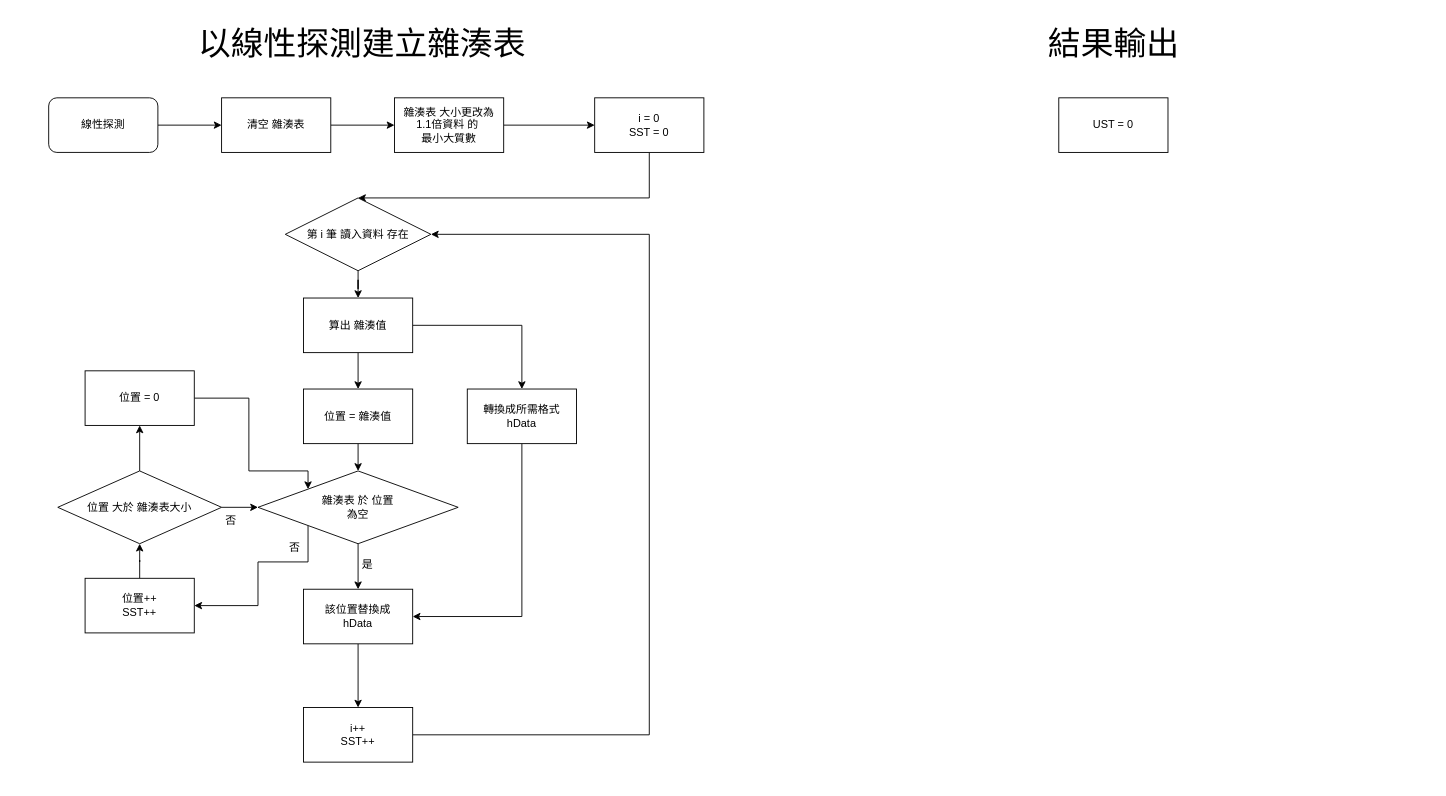
The draw.io diagram Ds2ex03.drawio in PingKP/DataStructure, before the edit. Source tidied: cells renumbered, new cells numbered last; positions are measured from the earlier drawing's top-left corner, leaving out a move shared by most shapes. Both pictures are drawn from the tidied source at 91%, with x=0, y=0 at pixel (48, 15).
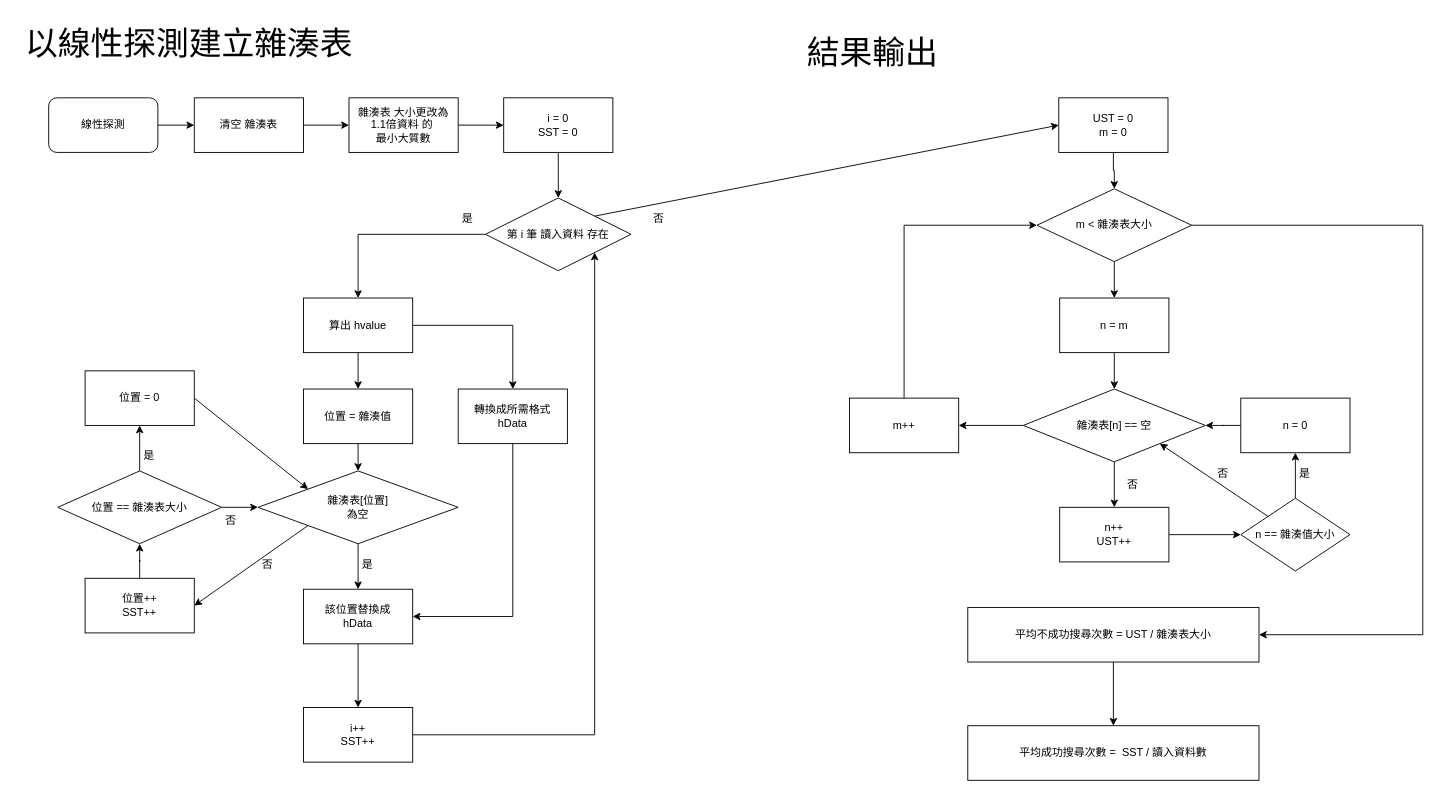
After the change.

The change refers to these unchanged cells:
```xml
<mxCell id="23" value="i++&lt;div&gt;SST++&lt;/div&gt;" style="rounded=0;whiteSpace=wrap;html=1;" parent="1" vertex="1">
  <mxGeometry x="280" y="760" width="120" height="60" as="geometry" />
</mxCell>
<mxCell id="26" value="&lt;div&gt;位置++&lt;/div&gt;&lt;div&gt;SST++&lt;/div&gt;" style="rounded=0;whiteSpace=wrap;html=1;" parent="1" vertex="1">
  <mxGeometry x="40" y="618" width="120" height="60" as="geometry" />
</mxCell>
<mxCell id="35" value="位置 = 0" style="whiteSpace=wrap;html=1;" parent="1" vertex="1">
  <mxGeometry x="40" y="390" width="120" height="60" as="geometry" />
</mxCell>
```

The edit, as a diff of the source:
```diff
@@
     <mxCell id="5" value="清空 雜湊表" style="rounded=0;whiteSpace=wrap;html=1;" parent="1" vertex="1">
-      <mxGeometry x="190" y="90" width="120" height="60" as="geometry" />
+      <mxGeometry x="160" y="90" width="120" height="60" as="geometry" />
     </mxCell>
@@
     <mxCell id="7" value="雜湊表 大小更改為&lt;div&gt;1.1倍資料 的&amp;nbsp;&lt;/div&gt;&lt;div&gt;最小大質數&lt;/div&gt;" style="rounded=0;whiteSpace=wrap;html=1;" parent="1" vertex="1">
-      <mxGeometry x="380" y="90" width="120" height="60" as="geometry" />
+      <mxGeometry x="330" y="90" width="120" height="60" as="geometry" />
     </mxCell>
-    <mxCell id="8" style="edgeStyle=orthogonalEdgeStyle;rounded=0;jettySize=auto;html=1;" parent="1" edge="1" source="9" target="11">
-      <mxGeometry relative="1" as="geometry">
-        <Array as="points">
-          <mxPoint x="660" y="200" />
-        </Array>
-      </mxGeometry>
-    </mxCell>
     <mxCell id="9" value="i = 0&lt;div&gt;SST = 0&lt;/div&gt;" style="rounded=0;whiteSpace=wrap;html=1;" parent="1" vertex="1">
-      <mxGeometry x="600" y="90" width="120" height="60" as="geometry" />
+      <mxGeometry x="500" y="90" width="120" height="60" as="geometry" />
     </mxCell>
@@
     <mxCell id="11" value="第 i 筆 讀入資料 存在" style="rhombus;whiteSpace=wrap;html=1;" parent="1" vertex="1">
-      <mxGeometry x="260" y="200" width="160" height="80" as="geometry" />
+      <mxGeometry x="480" y="200" width="160" height="80" as="geometry" />
     </mxCell>
@@
     <mxCell id="13" value="轉換成所需格式&lt;div&gt;hData&lt;/div&gt;" style="whiteSpace=wrap;html=1;" parent="1" vertex="1">
-      <mxGeometry x="460" y="410" width="120" height="60" as="geometry" />
+      <mxGeometry x="450" y="410" width="120" height="60" as="geometry" />
     </mxCell>
@@
-    <mxCell id="16" value="算出 雜湊值" style="whiteSpace=wrap;html=1;" parent="1" vertex="1">
+    <mxCell id="16" value="算出 hvalue" style="whiteSpace=wrap;html=1;" parent="1" vertex="1">
       <mxGeometry x="280" y="310" width="120" height="60" as="geometry" />
     </mxCell>
@@
-    <mxCell id="18" style="edgeStyle=orthogonalEdgeStyle;rounded=0;jettySize=auto;html=1;entryX=1;entryY=0.5;entryDx=0;entryDy=0;exitX=0;exitY=1;exitDx=0;exitDy=0;" parent="1" edge="1" source="19" target="26">
-      <mxGeometry relative="1" as="geometry">
-        <Array as="points">
-          <mxPoint x="285" y="600" />
-          <mxPoint x="230" y="600" />
-          <mxPoint x="230" y="648" />
-        </Array>
-      </mxGeometry>
-    </mxCell>
-    <mxCell id="19" value="雜湊表 於 位置&lt;div&gt;為空&lt;/div&gt;" style="rhombus;whiteSpace=wrap;html=1;" parent="1" vertex="1">
+    <mxCell id="19" value="雜湊表[位置]&lt;div&gt;為空&lt;/div&gt;" style="rhombus;whiteSpace=wrap;html=1;" parent="1" vertex="1">
       <mxGeometry x="230" y="500" width="220" height="80" as="geometry" />
     </mxCell>
@@
-    <mxCell id="22" style="edgeStyle=orthogonalEdgeStyle;rounded=0;jettySize=auto;html=1;exitX=1;exitY=0.5;exitDx=0;exitDy=0;entryX=1;entryY=0.5;entryDx=0;entryDy=0;" parent="1" edge="1" source="23" target="11">
+    <mxCell id="22" style="edgeStyle=orthogonalEdgeStyle;rounded=0;jettySize=auto;html=1;exitX=1;exitY=0.5;exitDx=0;exitDy=0;entryX=1;entryY=1;entryDx=0;entryDy=0;" parent="1" edge="1" source="23" target="11">
       <mxGeometry relative="1" as="geometry">
         <Array as="points">
-          <mxPoint x="660" y="790" />
-          <mxPoint x="660" y="240" />
+          <mxPoint x="600" y="790" />
         </Array>
       </mxGeometry>
     </mxCell>
@@
     <mxCell id="29" value="否" style="text;html=1;align=center;verticalAlign=middle;strokeColor=none;fillColor=none;" parent="1" vertex="1">
-      <mxGeometry x="250" y="570" width="40" height="30" as="geometry" />
+      <mxGeometry x="220" y="588" width="40" height="30" as="geometry" />
     </mxCell>
@@
-    <mxCell id="32" value="位置 大於 雜湊表大小" style="rhombus;whiteSpace=wrap;html=1;" parent="1" vertex="1">
+    <mxCell id="32" value="位置 == 雜湊表大小" style="rhombus;whiteSpace=wrap;html=1;" parent="1" vertex="1">
       <mxGeometry x="10" y="500" width="180" height="80" as="geometry" />
     </mxCell>
@@
-    <mxCell id="34" style="edgeStyle=orthogonalEdgeStyle;rounded=0;jettySize=auto;html=1;exitX=1;exitY=0.5;exitDx=0;exitDy=0;entryX=0;entryY=0;entryDx=0;entryDy=0;" parent="1" edge="1" source="35" target="19">
-      <mxGeometry relative="1" as="geometry">
-        <Array as="points">
-          <mxPoint x="220" y="420" />
-          <mxPoint x="220" y="500" />
-          <mxPoint x="285" y="500" />
-        </Array>
-      </mxGeometry>
-    </mxCell>
@@
     <mxCell id="36" value="&lt;font style=&quot;font-size: 36px;&quot;&gt;以線性探測建立雜湊表&lt;/font&gt;" style="text;html=1;align=center;verticalAlign=middle;strokeColor=none;fillColor=none;" parent="1" vertex="1">
-      <mxGeometry x="154" width="380" height="60" as="geometry" />
+      <mxGeometry x="-36" width="380" height="60" as="geometry" />
     </mxCell>
     <mxCell id="37" value="&lt;font style=&quot;font-size: 36px;&quot;&gt;結果輸出&lt;/font&gt;" style="text;html=1;align=center;verticalAlign=middle;strokeColor=none;fillColor=none;" parent="1" vertex="1">
-      <mxGeometry x="1085" width="170" height="60" as="geometry" />
+      <mxGeometry x="820" y="10" width="170" height="60" as="geometry" />
     </mxCell>
+    <mxCell id="39" style="edgeStyle=orthogonalEdgeStyle;rounded=0;jettySize=auto;html=1;" parent="1" edge="1" source="38" target="42">
+      <mxGeometry relative="1" as="geometry" />
+    </mxCell>
-    <mxCell id="38" value="UST = 0" style="rounded=0;whiteSpace=wrap;html=1;" parent="1" vertex="1">
+    <mxCell id="38" value="UST = 0&lt;div&gt;m = 0&lt;/div&gt;" style="rounded=0;whiteSpace=wrap;html=1;" parent="1" vertex="1">
       <mxGeometry x="1110" y="90" width="120" height="60" as="geometry" />
     </mxCell>
+    <mxCell id="40" style="edgeStyle=orthogonalEdgeStyle;rounded=0;jettySize=auto;html=1;" parent="1" edge="1" source="42" target="45">
+      <mxGeometry relative="1" as="geometry" />
+    </mxCell>
+    <mxCell id="41" style="edgeStyle=orthogonalEdgeStyle;rounded=0;jettySize=auto;html=1;exitX=1;exitY=0.5;exitDx=0;exitDy=0;entryX=1;entryY=0.5;entryDx=0;entryDy=0;" parent="1" edge="1" source="42" target="62">
+      <mxGeometry relative="1" as="geometry">
+        <Array as="points">
+          <mxPoint x="1510" y="230" />
+          <mxPoint x="1510" y="680" />
+        </Array>
+      </mxGeometry>
+    </mxCell>
+    <mxCell id="42" value="m &amp;lt; 雜湊表大小" style="rhombus;whiteSpace=wrap;html=1;" parent="1" vertex="1">
+      <mxGeometry x="1086" y="190" width="170" height="80" as="geometry" />
+    </mxCell>
+    <mxCell id="43" value="是" style="text;html=1;align=center;verticalAlign=middle;strokeColor=none;fillColor=none;" parent="1" vertex="1">
+      <mxGeometry x="90" y="468" width="40" height="30" as="geometry" />
+    </mxCell>
+    <mxCell id="44" style="edgeStyle=orthogonalEdgeStyle;rounded=0;jettySize=auto;html=1;" parent="1" edge="1" source="45" target="48">
+      <mxGeometry relative="1" as="geometry" />
+    </mxCell>
+    <mxCell id="45" value="n = m" style="whiteSpace=wrap;html=1;" parent="1" vertex="1">
+      <mxGeometry x="1111" y="310" width="120" height="60" as="geometry" />
+    </mxCell>
+    <mxCell id="46" style="edgeStyle=orthogonalEdgeStyle;rounded=0;jettySize=auto;html=1;" parent="1" edge="1" source="48" target="50">
+      <mxGeometry relative="1" as="geometry" />
+    </mxCell>
+    <mxCell id="47" style="edgeStyle=orthogonalEdgeStyle;rounded=0;jettySize=auto;html=1;" parent="1" edge="1" source="48" target="53">
+      <mxGeometry relative="1" as="geometry" />
+    </mxCell>
+    <mxCell id="48" value="雜湊表[n] == 空" style="rhombus;whiteSpace=wrap;html=1;" parent="1" vertex="1">
+      <mxGeometry x="1071" y="410" width="200" height="80" as="geometry" />
+    </mxCell>
+    <mxCell id="49" style="edgeStyle=orthogonalEdgeStyle;rounded=0;jettySize=auto;html=1;" parent="1" edge="1" source="50" target="55">
+      <mxGeometry relative="1" as="geometry" />
+    </mxCell>
+    <mxCell id="50" value="n++&lt;div&gt;UST++&lt;/div&gt;" style="whiteSpace=wrap;html=1;" parent="1" vertex="1">
+      <mxGeometry x="1111" y="540" width="120" height="60" as="geometry" />
+    </mxCell>
+    <mxCell id="51" value="否" style="text;html=1;align=center;verticalAlign=middle;strokeColor=none;fillColor=none;" parent="1" vertex="1">
+      <mxGeometry x="1171" y="500" width="40" height="30" as="geometry" />
+    </mxCell>
+    <mxCell id="52" style="edgeStyle=orthogonalEdgeStyle;rounded=0;jettySize=auto;html=1;exitX=0.5;exitY=0;exitDx=0;exitDy=0;entryX=0;entryY=0.5;entryDx=0;entryDy=0;" parent="1" edge="1" source="53" target="42">
+      <mxGeometry relative="1" as="geometry" />
+    </mxCell>
+    <mxCell id="53" value="m++" style="whiteSpace=wrap;html=1;" parent="1" vertex="1">
+      <mxGeometry x="880" y="420" width="120" height="60" as="geometry" />
+    </mxCell>
+    <mxCell id="54" style="edgeStyle=orthogonalEdgeStyle;rounded=0;jettySize=auto;html=1;" parent="1" edge="1" source="55" target="57">
+      <mxGeometry relative="1" as="geometry" />
+    </mxCell>
+    <mxCell id="55" value="n == 雜湊值大小" style="rhombus;whiteSpace=wrap;html=1;" parent="1" vertex="1">
+      <mxGeometry x="1310" y="530" width="120" height="80" as="geometry" />
+    </mxCell>
+    <mxCell id="56" style="edgeStyle=orthogonalEdgeStyle;rounded=0;jettySize=auto;html=1;" parent="1" edge="1" source="57" target="48">
+      <mxGeometry relative="1" as="geometry" />
+    </mxCell>
+    <mxCell id="57" value="n = 0" style="whiteSpace=wrap;html=1;" parent="1" vertex="1">
+      <mxGeometry x="1310" y="420" width="120" height="60" as="geometry" />
+    </mxCell>
+    <mxCell id="58" value="是" style="text;html=1;align=center;verticalAlign=middle;strokeColor=none;fillColor=none;" parent="1" vertex="1">
+      <mxGeometry x="1360" y="488" width="40" height="30" as="geometry" />
+    </mxCell>
+    <mxCell id="59" style="endArrow=classic;html=1;rounded=0;exitX=0;exitY=0;exitDx=0;exitDy=0;entryX=1;entryY=1;entryDx=0;entryDy=0;" parent="1" edge="1" source="55" target="48">
+      <mxGeometry relative="1" as="geometry" />
+    </mxCell>
+    <mxCell id="60" value="否" style="text;html=1;align=center;verticalAlign=middle;strokeColor=none;fillColor=none;" parent="1" vertex="1">
+      <mxGeometry x="1270" y="488" width="40" height="30" as="geometry" />
+    </mxCell>
+    <mxCell id="34" style="edgeStyle=none;jettySize=auto;html=1;rounded=0;exitX=1;exitY=0.5;exitDx=0;exitDy=0;entryX=0;entryY=0;entryDx=0;entryDy=0;" parent="1" edge="1" source="35" target="19">
+      <mxGeometry relative="1" as="geometry" />
+    </mxCell>
+    <mxCell id="18" style="edgeStyle=none;jettySize=auto;html=1;rounded=0;exitX=0;exitY=1;exitDx=0;exitDy=0;entryX=1;entryY=0.5;entryDx=0;entryDy=0;" parent="1" edge="1" source="19" target="26">
+      <mxGeometry relative="1" as="geometry" />
+    </mxCell>
+    <mxCell id="8" style="edgeStyle=none;jettySize=auto;html=1;rounded=0;exitX=0.5;exitY=1;exitDx=0;exitDy=0;entryX=0.5;entryY=0;entryDx=0;entryDy=0;" parent="1" edge="1" source="9" target="11">
+      <mxGeometry relative="1" as="geometry" />
+    </mxCell>
+    <mxCell id="61" style="edgeStyle=orthogonalEdgeStyle;rounded=0;jettySize=auto;html=1;" parent="1" edge="1" source="62" target="63">
+      <mxGeometry relative="1" as="geometry" />
+    </mxCell>
+    <mxCell id="62" value="平均不成功搜尋次數 = UST / 雜湊表大小" style="whiteSpace=wrap;html=1;" parent="1" vertex="1">
+      <mxGeometry x="1010" y="650" width="320" height="60" as="geometry" />
+    </mxCell>
+    <mxCell id="63" value="平均成功搜尋次數 =&amp;nbsp; SST /&amp;nbsp;&lt;span style=&quot;background-color: transparent; color: light-dark(rgb(0, 0, 0), rgb(255, 255, 255));&quot;&gt;讀入資料數&lt;/span&gt;" style="whiteSpace=wrap;html=1;" parent="1" vertex="1">
+      <mxGeometry x="1010" y="780" width="320" height="60" as="geometry" />
+    </mxCell>
+    <mxCell id="64" value="是" style="text;html=1;align=center;verticalAlign=middle;strokeColor=none;fillColor=none;" parent="1" vertex="1">
+      <mxGeometry x="440" y="208" width="40" height="30" as="geometry" />
+    </mxCell>
+    <mxCell id="65" style="edgeStyle=none;jettySize=auto;html=1;rounded=0;exitX=1;exitY=0;exitDx=0;exitDy=0;entryX=0;entryY=0.5;entryDx=0;entryDy=0;" parent="1" edge="1" source="11" target="38">
+      <mxGeometry relative="1" as="geometry" />
+    </mxCell>
+    <mxCell id="66" value="否" style="text;html=1;align=center;verticalAlign=middle;strokeColor=none;fillColor=none;" parent="1" vertex="1">
+      <mxGeometry x="650" y="208" width="40" height="30" as="geometry" />
+    </mxCell>
```
